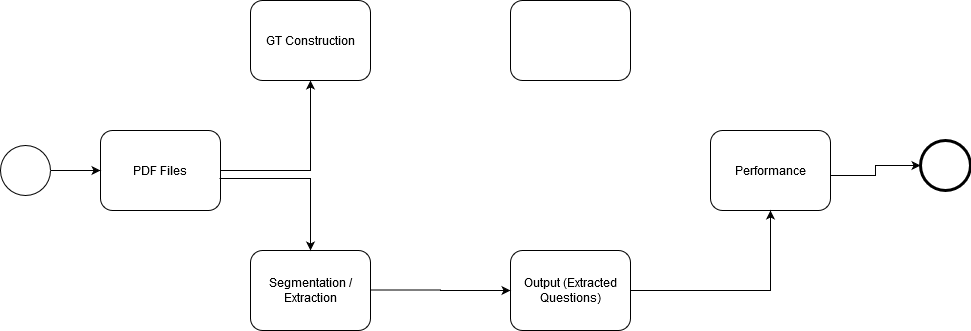
Earlier version of the draw.io export Untitled Diagram.png (karinawie/process-diagram). Source tidied: cells renumbered, new cells last; positions are measured from the earlier drawing's top-left corner, leaving out a move shared by most shapes.
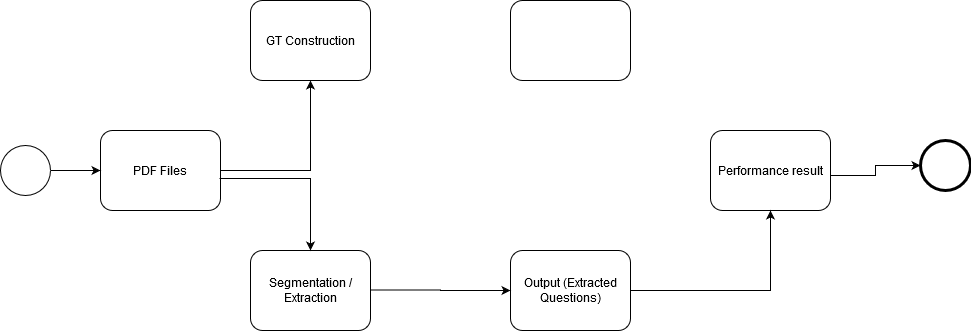
Above is the later version.

Change to the diagram source:
```diff
@@ -8,7 +8,7 @@
     <mxCell id="3" value="PDF Files" style="shape=ext;rounded=1;html=1;whiteSpace=wrap;" parent="1" vertex="1">
       <mxGeometry x="100" y="130" width="120" height="80" as="geometry" />
     </mxCell>
-    <mxCell id="4" value="Performance" style="html=1;whiteSpace=wrap;rounded=1;" parent="1" vertex="1">
+    <mxCell id="4" value="Performance result" style="html=1;whiteSpace=wrap;rounded=1;" parent="1" vertex="1">
       <mxGeometry x="710" y="130" width="120" height="80" as="geometry" />
     </mxCell>
     <mxCell id="5" style="shape=mxgraph.bpmn.shape;html=1;verticalLabelPosition=bottom;labelBackgroundColor=#ffffff;verticalAlign=top;perimeter=ellipsePerimeter;outline=end;symbol=general;" parent="1" vertex="1">
```
